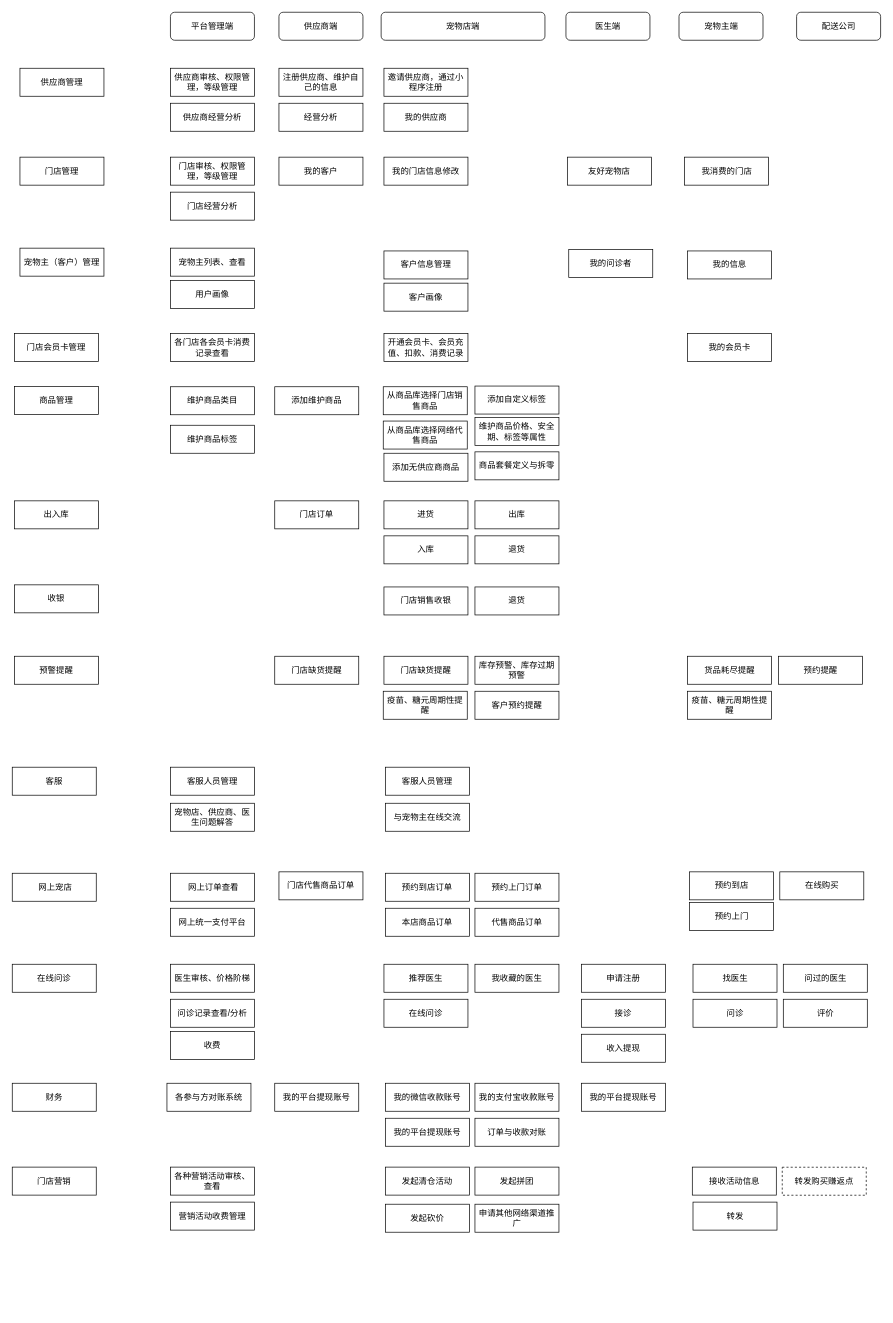
Earlier version of the draw.io diagram 宠物平台.drawio (JefferNew/data2wisdom). Source tidied: cells renumbered, new cells numbered last; positions are measured from the earlier drawing's top-left corner, leaving out a move shared by most shapes. Both pictures are drawn from the tidied source at 70%, with x=0, y=0 at pixel (12, 12).
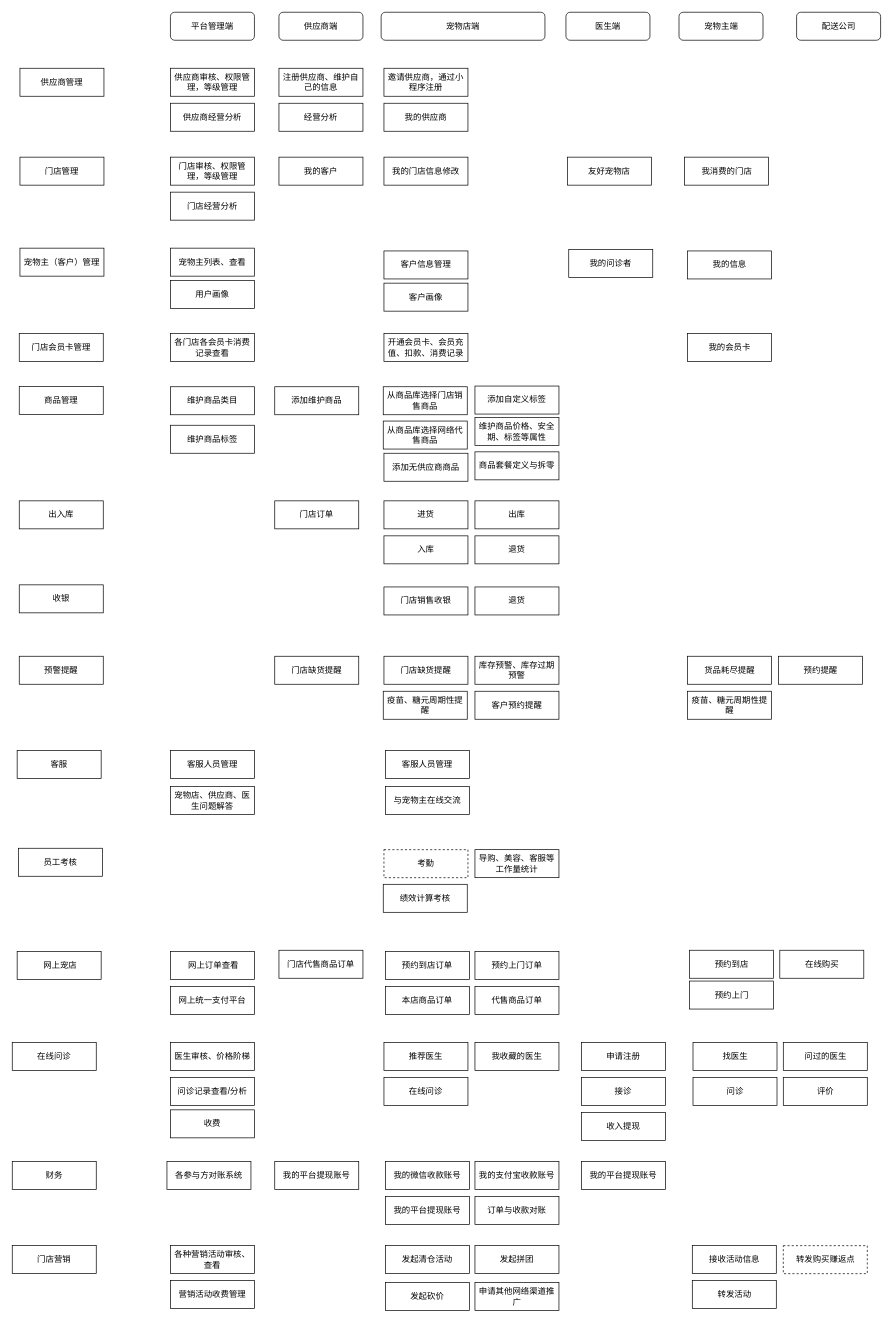
The same diagram, later.

The edit, as a diff of the source:
```diff
@@
     <mxCell id="29" value="门店会员卡管理" style="rounded=0;whiteSpace=wrap;html=1;" parent="1" vertex="1">
-      <mxGeometry x="3" y="459" width="120" height="40" as="geometry" />
+      <mxGeometry x="10" y="459" width="120" height="40" as="geometry" />
     </mxCell>
@@
     <mxCell id="33" value="商品管理" style="rounded=0;whiteSpace=wrap;html=1;" parent="1" vertex="1">
-      <mxGeometry x="3" y="534.5" width="120" height="40" as="geometry" />
+      <mxGeometry x="10" y="534.5" width="120" height="40" as="geometry" />
     </mxCell>
@@
     <mxCell id="43" value="出入库" style="rounded=0;whiteSpace=wrap;html=1;" parent="1" vertex="1">
-      <mxGeometry x="3" y="698" width="120" height="40" as="geometry" />
+      <mxGeometry x="10" y="698" width="120" height="40" as="geometry" />
     </mxCell>
@@
     <mxCell id="49" value="收银" style="rounded=0;whiteSpace=wrap;html=1;" parent="1" vertex="1">
-      <mxGeometry x="3" y="818" width="120" height="40" as="geometry" />
+      <mxGeometry x="10" y="818" width="120" height="40" as="geometry" />
     </mxCell>
@@
     <mxCell id="52" value="预警提醒" style="rounded=0;whiteSpace=wrap;html=1;" parent="1" vertex="1">
-      <mxGeometry x="3" y="920" width="120" height="40" as="geometry" />
+      <mxGeometry x="10" y="920" width="120" height="40" as="geometry" />
     </mxCell>
@@
     <mxCell id="61" value="客服" style="rounded=0;whiteSpace=wrap;html=1;" parent="1" vertex="1">
-      <mxGeometry y="1078.5" width="120" height="40" as="geometry" />
+      <mxGeometry x="7" y="1054.5" width="120" height="40" as="geometry" />
     </mxCell>
     <mxCell id="62" value="客服人员管理" style="rounded=0;whiteSpace=wrap;html=1;" parent="1" vertex="1">
-      <mxGeometry x="226" y="1078.5" width="120" height="40" as="geometry" />
+      <mxGeometry x="226" y="1054.5" width="120" height="40" as="geometry" />
     </mxCell>
     <mxCell id="63" value="客服人员管理" style="rounded=0;whiteSpace=wrap;html=1;" parent="1" vertex="1">
-      <mxGeometry x="533" y="1078.5" width="120" height="40" as="geometry" />
+      <mxGeometry x="533" y="1054.5" width="120" height="40" as="geometry" />
     </mxCell>
     <mxCell id="64" value="宠物店、供应商、医生问题解答" style="rounded=0;whiteSpace=wrap;html=1;" parent="1" vertex="1">
-      <mxGeometry x="226" y="1130" width="120" height="40" as="geometry" />
+      <mxGeometry x="226" y="1106" width="120" height="40" as="geometry" />
     </mxCell>
     <mxCell id="65" value="与宠物主在线交流" style="rounded=0;whiteSpace=wrap;html=1;" parent="1" vertex="1">
-      <mxGeometry x="533" y="1130" width="120" height="40" as="geometry" />
+      <mxGeometry x="533" y="1106" width="120" height="40" as="geometry" />
     </mxCell>
     <mxCell id="66" value="门店营销" style="rounded=0;whiteSpace=wrap;html=1;" parent="1" vertex="1">
-      <mxGeometry y="1649.8" width="120" height="40" as="geometry" />
+      <mxGeometry y="1761.8" width="120" height="40" as="geometry" />
     </mxCell>
     <mxCell id="67" value="&amp;nbsp;网上宠店" style="rounded=0;whiteSpace=wrap;html=1;" parent="1" vertex="1">
-      <mxGeometry y="1230" width="120" height="40" as="geometry" />
+      <mxGeometry x="7" y="1342" width="120" height="40" as="geometry" />
     </mxCell>
     <mxCell id="68" value="&amp;nbsp;网上订单查看" style="rounded=0;whiteSpace=wrap;html=1;" parent="1" vertex="1">
-      <mxGeometry x="226" y="1230" width="120" height="40" as="geometry" />
+      <mxGeometry x="226" y="1342" width="120" height="40" as="geometry" />
     </mxCell>
     <mxCell id="69" value="预约到店" style="rounded=0;whiteSpace=wrap;html=1;" parent="1" vertex="1">
-      <mxGeometry x="967.5" y="1228" width="120" height="40" as="geometry" />
+      <mxGeometry x="967.5" y="1340" width="120" height="40" as="geometry" />
     </mxCell>
     <mxCell id="70" value="预约上门" style="rounded=0;whiteSpace=wrap;html=1;" parent="1" vertex="1">
-      <mxGeometry x="967.5" y="1272" width="120" height="40" as="geometry" />
+      <mxGeometry x="967.5" y="1384" width="120" height="40" as="geometry" />
     </mxCell>
     <mxCell id="71" value="在线购买" style="rounded=0;whiteSpace=wrap;html=1;" parent="1" vertex="1">
-      <mxGeometry x="1096.5" y="1228" width="120" height="40" as="geometry" />
+      <mxGeometry x="1096.5" y="1340" width="120" height="40" as="geometry" />
     </mxCell>
     <mxCell id="72" value="门店代售商品订单" style="rounded=0;whiteSpace=wrap;html=1;" parent="1" vertex="1">
-      <mxGeometry x="381" y="1228" width="120" height="40" as="geometry" />
+      <mxGeometry x="381" y="1340" width="120" height="40" as="geometry" />
     </mxCell>
     <mxCell id="73" value="预约到店订单" style="rounded=0;whiteSpace=wrap;html=1;" parent="1" vertex="1">
-      <mxGeometry x="533" y="1230" width="120" height="40" as="geometry" />
+      <mxGeometry x="533" y="1342" width="120" height="40" as="geometry" />
     </mxCell>
     <mxCell id="74" value="预约上门订单" style="rounded=0;whiteSpace=wrap;html=1;" parent="1" vertex="1">
-      <mxGeometry x="661" y="1230" width="120" height="40" as="geometry" />
+      <mxGeometry x="661" y="1342" width="120" height="40" as="geometry" />
     </mxCell>
     <mxCell id="75" value="本店商品订单" style="rounded=0;whiteSpace=wrap;html=1;" parent="1" vertex="1">
-      <mxGeometry x="533" y="1280" width="120" height="40" as="geometry" />
+      <mxGeometry x="533" y="1392" width="120" height="40" as="geometry" />
     </mxCell>
     <mxCell id="76" value="代售商品订单" style="rounded=0;whiteSpace=wrap;html=1;" parent="1" vertex="1">
-      <mxGeometry x="661" y="1280" width="120" height="40" as="geometry" />
+      <mxGeometry x="661" y="1392" width="120" height="40" as="geometry" />
     </mxCell>
     <mxCell id="77" value="在线问诊" style="rounded=0;whiteSpace=wrap;html=1;" parent="1" vertex="1">
-      <mxGeometry y="1360" width="120" height="40" as="geometry" />
+      <mxGeometry y="1472" width="120" height="40" as="geometry" />
     </mxCell>
     <mxCell id="78" value="医生审核、价格阶梯" style="rounded=0;whiteSpace=wrap;html=1;" parent="1" vertex="1">
-      <mxGeometry x="226" y="1360" width="120" height="40" as="geometry" />
+      <mxGeometry x="226" y="1472" width="120" height="40" as="geometry" />
     </mxCell>
     <mxCell id="79" value="问诊记录查看/分析" style="rounded=0;whiteSpace=wrap;html=1;" parent="1" vertex="1">
-      <mxGeometry x="226" y="1410" width="120" height="40" as="geometry" />
+      <mxGeometry x="226" y="1522" width="120" height="40" as="geometry" />
     </mxCell>
     <mxCell id="80" value="收费" style="rounded=0;whiteSpace=wrap;html=1;" parent="1" vertex="1">
-      <mxGeometry x="226" y="1456" width="120" height="40" as="geometry" />
+      <mxGeometry x="226" y="1568" width="120" height="40" as="geometry" />
     </mxCell>
     <mxCell id="81" value="申请注册" style="rounded=0;whiteSpace=wrap;html=1;" parent="1" vertex="1">
-      <mxGeometry x="813" y="1360" width="120" height="40" as="geometry" />
+      <mxGeometry x="813" y="1472" width="120" height="40" as="geometry" />
     </mxCell>
     <mxCell id="82" value="接诊" style="rounded=0;whiteSpace=wrap;html=1;" parent="1" vertex="1">
-      <mxGeometry x="813" y="1410" width="120" height="40" as="geometry" />
+      <mxGeometry x="813" y="1522" width="120" height="40" as="geometry" />
     </mxCell>
     <mxCell id="83" value="推荐医生" style="rounded=0;whiteSpace=wrap;html=1;" parent="1" vertex="1">
-      <mxGeometry x="531" y="1360" width="120" height="40" as="geometry" />
+      <mxGeometry x="531" y="1472" width="120" height="40" as="geometry" />
     </mxCell>
     <mxCell id="84" value="在线问诊" style="rounded=0;whiteSpace=wrap;html=1;" parent="1" vertex="1">
-      <mxGeometry x="531" y="1410" width="120" height="40" as="geometry" />
+      <mxGeometry x="531" y="1522" width="120" height="40" as="geometry" />
     </mxCell>
     <mxCell id="85" value="我收藏的医生" style="rounded=0;whiteSpace=wrap;html=1;" parent="1" vertex="1">
-      <mxGeometry x="661" y="1360" width="120" height="40" as="geometry" />
+      <mxGeometry x="661" y="1472" width="120" height="40" as="geometry" />
     </mxCell>
     <mxCell id="86" value="找医生" style="rounded=0;whiteSpace=wrap;html=1;" parent="1" vertex="1">
-      <mxGeometry x="972.5" y="1360" width="120" height="40" as="geometry" />
+      <mxGeometry x="972.5" y="1472" width="120" height="40" as="geometry" />
     </mxCell>
     <mxCell id="87" value="问诊" style="rounded=0;whiteSpace=wrap;html=1;" parent="1" vertex="1">
-      <mxGeometry x="972.5" y="1410" width="120" height="40" as="geometry" />
+      <mxGeometry x="972.5" y="1522" width="120" height="40" as="geometry" />
     </mxCell>
     <mxCell id="88" value="问过的医生" style="rounded=0;whiteSpace=wrap;html=1;" parent="1" vertex="1">
-      <mxGeometry x="1101.5" y="1360" width="120" height="40" as="geometry" />
+      <mxGeometry x="1101.5" y="1472" width="120" height="40" as="geometry" />
     </mxCell>
     <mxCell id="89" value="评价" style="rounded=0;whiteSpace=wrap;html=1;" parent="1" vertex="1">
-      <mxGeometry x="1101.5" y="1410" width="120" height="40" as="geometry" />
+      <mxGeometry x="1101.5" y="1522" width="120" height="40" as="geometry" />
     </mxCell>
     <mxCell id="90" value="收入提现" style="rounded=0;whiteSpace=wrap;html=1;" parent="1" vertex="1">
-      <mxGeometry x="813" y="1460" width="120" height="40" as="geometry" />
+      <mxGeometry x="813" y="1572" width="120" height="40" as="geometry" />
     </mxCell>
     <mxCell id="91" value="财务" style="rounded=0;whiteSpace=wrap;html=1;" parent="1" vertex="1">
-      <mxGeometry y="1530" width="120" height="40" as="geometry" />
+      <mxGeometry y="1642" width="120" height="40" as="geometry" />
     </mxCell>
     <mxCell id="92" value="我的平台提现账号" style="rounded=0;whiteSpace=wrap;html=1;" parent="1" vertex="1">
-      <mxGeometry x="375" y="1530" width="120" height="40" as="geometry" />
+      <mxGeometry x="375" y="1642" width="120" height="40" as="geometry" />
     </mxCell>
     <mxCell id="93" value="我的微信收款账号" style="rounded=0;whiteSpace=wrap;html=1;" parent="1" vertex="1">
-      <mxGeometry x="533" y="1530" width="120" height="40" as="geometry" />
+      <mxGeometry x="533" y="1642" width="120" height="40" as="geometry" />
     </mxCell>
     <mxCell id="94" value="我的支付宝收款账号" style="rounded=0;whiteSpace=wrap;html=1;" parent="1" vertex="1">
-      <mxGeometry x="661" y="1530" width="120" height="40" as="geometry" />
+      <mxGeometry x="661" y="1642" width="120" height="40" as="geometry" />
     </mxCell>
     <mxCell id="95" value="我的平台提现账号" style="rounded=0;whiteSpace=wrap;html=1;" parent="1" vertex="1">
-      <mxGeometry x="813" y="1530" width="120" height="40" as="geometry" />
+      <mxGeometry x="813" y="1642" width="120" height="40" as="geometry" />
     </mxCell>
     <mxCell id="96" value="网上统一支付平台" style="rounded=0;whiteSpace=wrap;html=1;" parent="1" vertex="1">
-      <mxGeometry x="226" y="1280" width="120" height="40" as="geometry" />
+      <mxGeometry x="226" y="1392" width="120" height="40" as="geometry" />
     </mxCell>
     <mxCell id="97" value="我的平台提现账号" style="rounded=0;whiteSpace=wrap;html=1;" parent="1" vertex="1">
-      <mxGeometry x="533" y="1580" width="120" height="40" as="geometry" />
+      <mxGeometry x="533" y="1692" width="120" height="40" as="geometry" />
     </mxCell>
     <mxCell id="98" value="订单与收款对账" style="rounded=0;whiteSpace=wrap;html=1;" parent="1" vertex="1">
-      <mxGeometry x="661" y="1580" width="120" height="40" as="geometry" />
+      <mxGeometry x="661" y="1692" width="120" height="40" as="geometry" />
     </mxCell>
     <mxCell id="99" value="各参与方对账系统" style="rounded=0;whiteSpace=wrap;html=1;" parent="1" vertex="1">
-      <mxGeometry x="221" y="1530" width="120" height="40" as="geometry" />
+      <mxGeometry x="221" y="1642" width="120" height="40" as="geometry" />
     </mxCell>
     <mxCell id="100" value="发起清仓活动" style="rounded=0;whiteSpace=wrap;html=1;" parent="1" vertex="1">
-      <mxGeometry x="533" y="1649.8" width="120" height="40" as="geometry" />
+      <mxGeometry x="533" y="1761.8" width="120" height="40" as="geometry" />
     </mxCell>
     <mxCell id="101" value="发起拼团" style="rounded=0;whiteSpace=wrap;html=1;" parent="1" vertex="1">
-      <mxGeometry x="661" y="1649.8" width="120" height="40" as="geometry" />
+      <mxGeometry x="661" y="1761.8" width="120" height="40" as="geometry" />
     </mxCell>
     <mxCell id="102" value="发起砍价" style="rounded=0;whiteSpace=wrap;html=1;" parent="1" vertex="1">
-      <mxGeometry x="533" y="1702.8" width="120" height="40" as="geometry" />
+      <mxGeometry x="533" y="1814.8" width="120" height="40" as="geometry" />
     </mxCell>
     <mxCell id="103" value="申请其他网络渠道推广" style="rounded=0;whiteSpace=wrap;html=1;" parent="1" vertex="1">
-      <mxGeometry x="661" y="1702.8" width="120" height="40" as="geometry" />
+      <mxGeometry x="661" y="1814.8" width="120" height="40" as="geometry" />
     </mxCell>
     <mxCell id="104" value="各种营销活动审核、查看" style="rounded=0;whiteSpace=wrap;html=1;" parent="1" vertex="1">
-      <mxGeometry x="226" y="1649.8" width="120" height="40" as="geometry" />
+      <mxGeometry x="226" y="1761.8" width="120" height="40" as="geometry" />
     </mxCell>
     <mxCell id="105" value="营销活动收费管理" style="rounded=0;whiteSpace=wrap;html=1;" parent="1" vertex="1">
-      <mxGeometry x="226" y="1699.8" width="120" height="40" as="geometry" />
+      <mxGeometry x="226" y="1811.8" width="120" height="40" as="geometry" />
     </mxCell>
     <mxCell id="106" value="接收活动信息" style="rounded=0;whiteSpace=wrap;html=1;" parent="1" vertex="1">
-      <mxGeometry x="971.5" y="1649.8" width="120" height="40" as="geometry" />
+      <mxGeometry x="971.5" y="1761.8" width="120" height="40" as="geometry" />
     </mxCell>
-    <mxCell id="107" value="转发" style="rounded=0;whiteSpace=wrap;html=1;" parent="1" vertex="1">
-      <mxGeometry x="972.5" y="1699.8" width="120" height="40" as="geometry" />
-    </mxCell>
     <mxCell id="108" value="转发购买赚返点" style="rounded=0;whiteSpace=wrap;html=1;dashed=1;" parent="1" vertex="1">
-      <mxGeometry x="1100" y="1650" width="120" height="40" as="geometry" />
+      <mxGeometry x="1101.5" y="1762" width="120" height="40" as="geometry" />
     </mxCell>
+    <mxCell id="109" value="转发活动" style="rounded=0;whiteSpace=wrap;html=1;" parent="1" vertex="1">
+      <mxGeometry x="971.5" y="1811.8" width="120" height="40" as="geometry" />
+    </mxCell>
+    <mxCell id="110" value="员工考核" style="rounded=0;whiteSpace=wrap;html=1;" parent="1" vertex="1">
+      <mxGeometry x="9" y="1194.3" width="120" height="40" as="geometry" />
+    </mxCell>
+    <mxCell id="111" value="考勤" style="rounded=0;whiteSpace=wrap;html=1;dashed=1;" parent="1" vertex="1">
+      <mxGeometry x="531" y="1196.3" width="120" height="40" as="geometry" />
+    </mxCell>
+    <mxCell id="112" value="导购、美容、客服等工作量统计" style="rounded=0;whiteSpace=wrap;html=1;" parent="1" vertex="1">
+      <mxGeometry x="661" y="1196.3" width="120" height="40" as="geometry" />
+    </mxCell>
+    <mxCell id="113" value="绩效计算考核" style="rounded=0;whiteSpace=wrap;html=1;" parent="1" vertex="1">
+      <mxGeometry x="530" y="1245.8" width="120" height="40" as="geometry" />
+    </mxCell>
```
